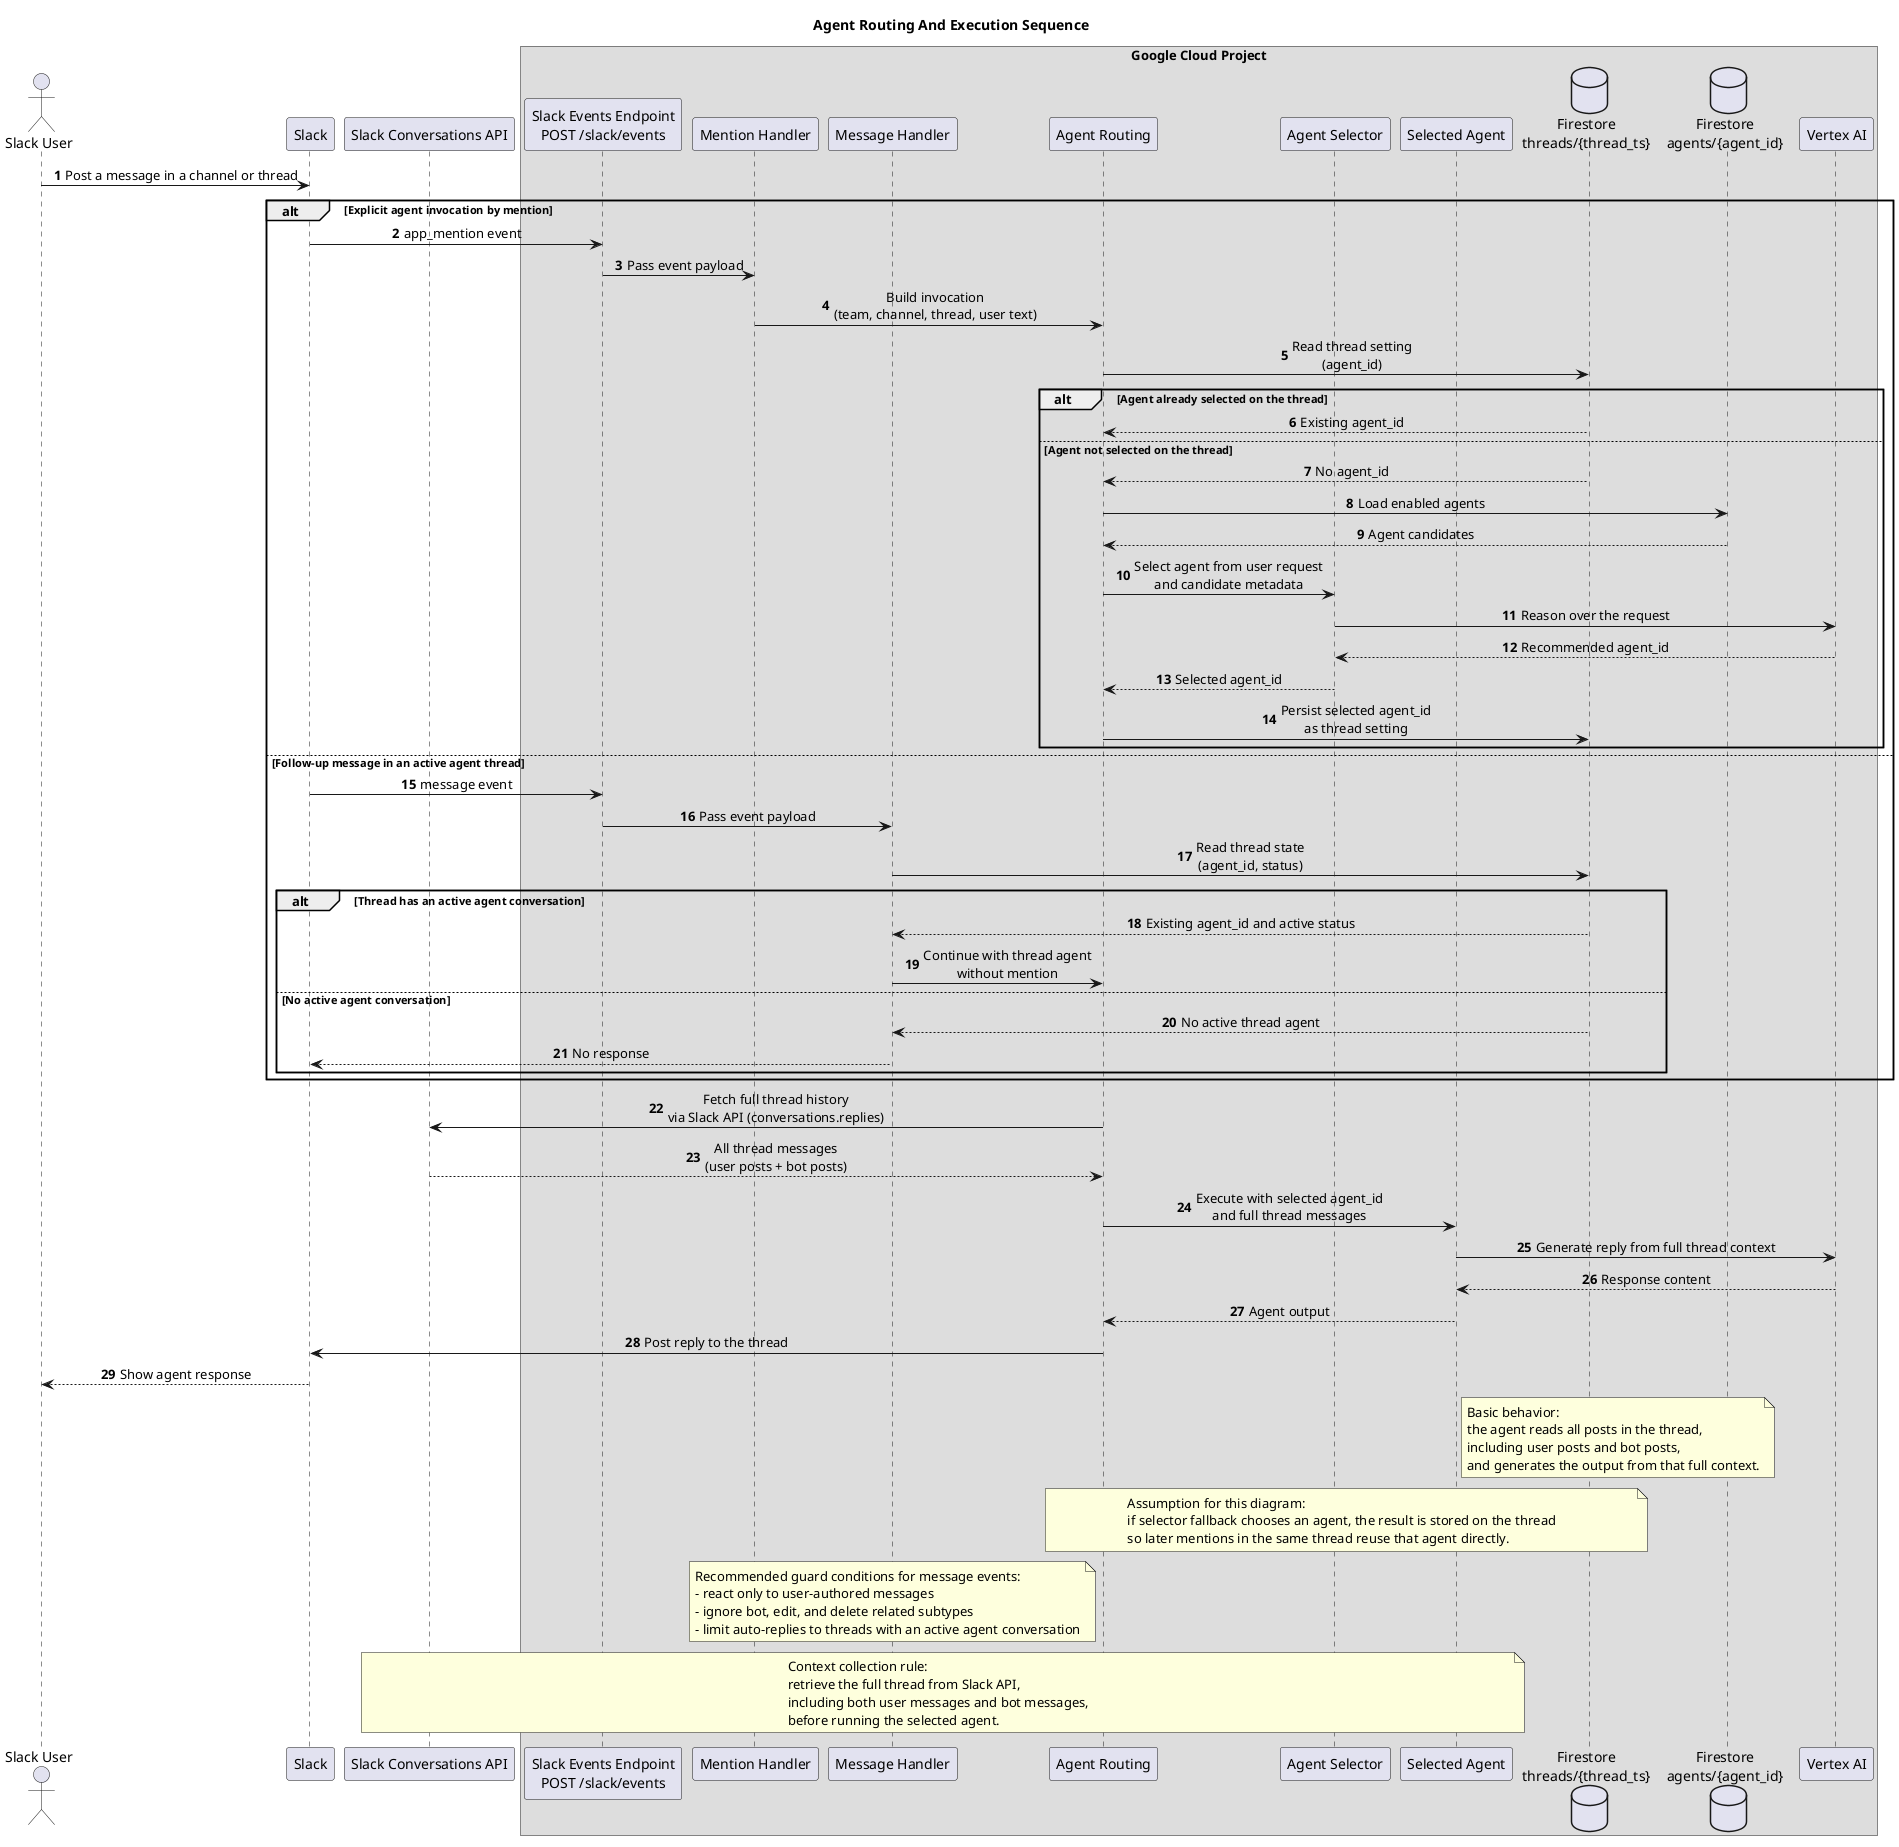
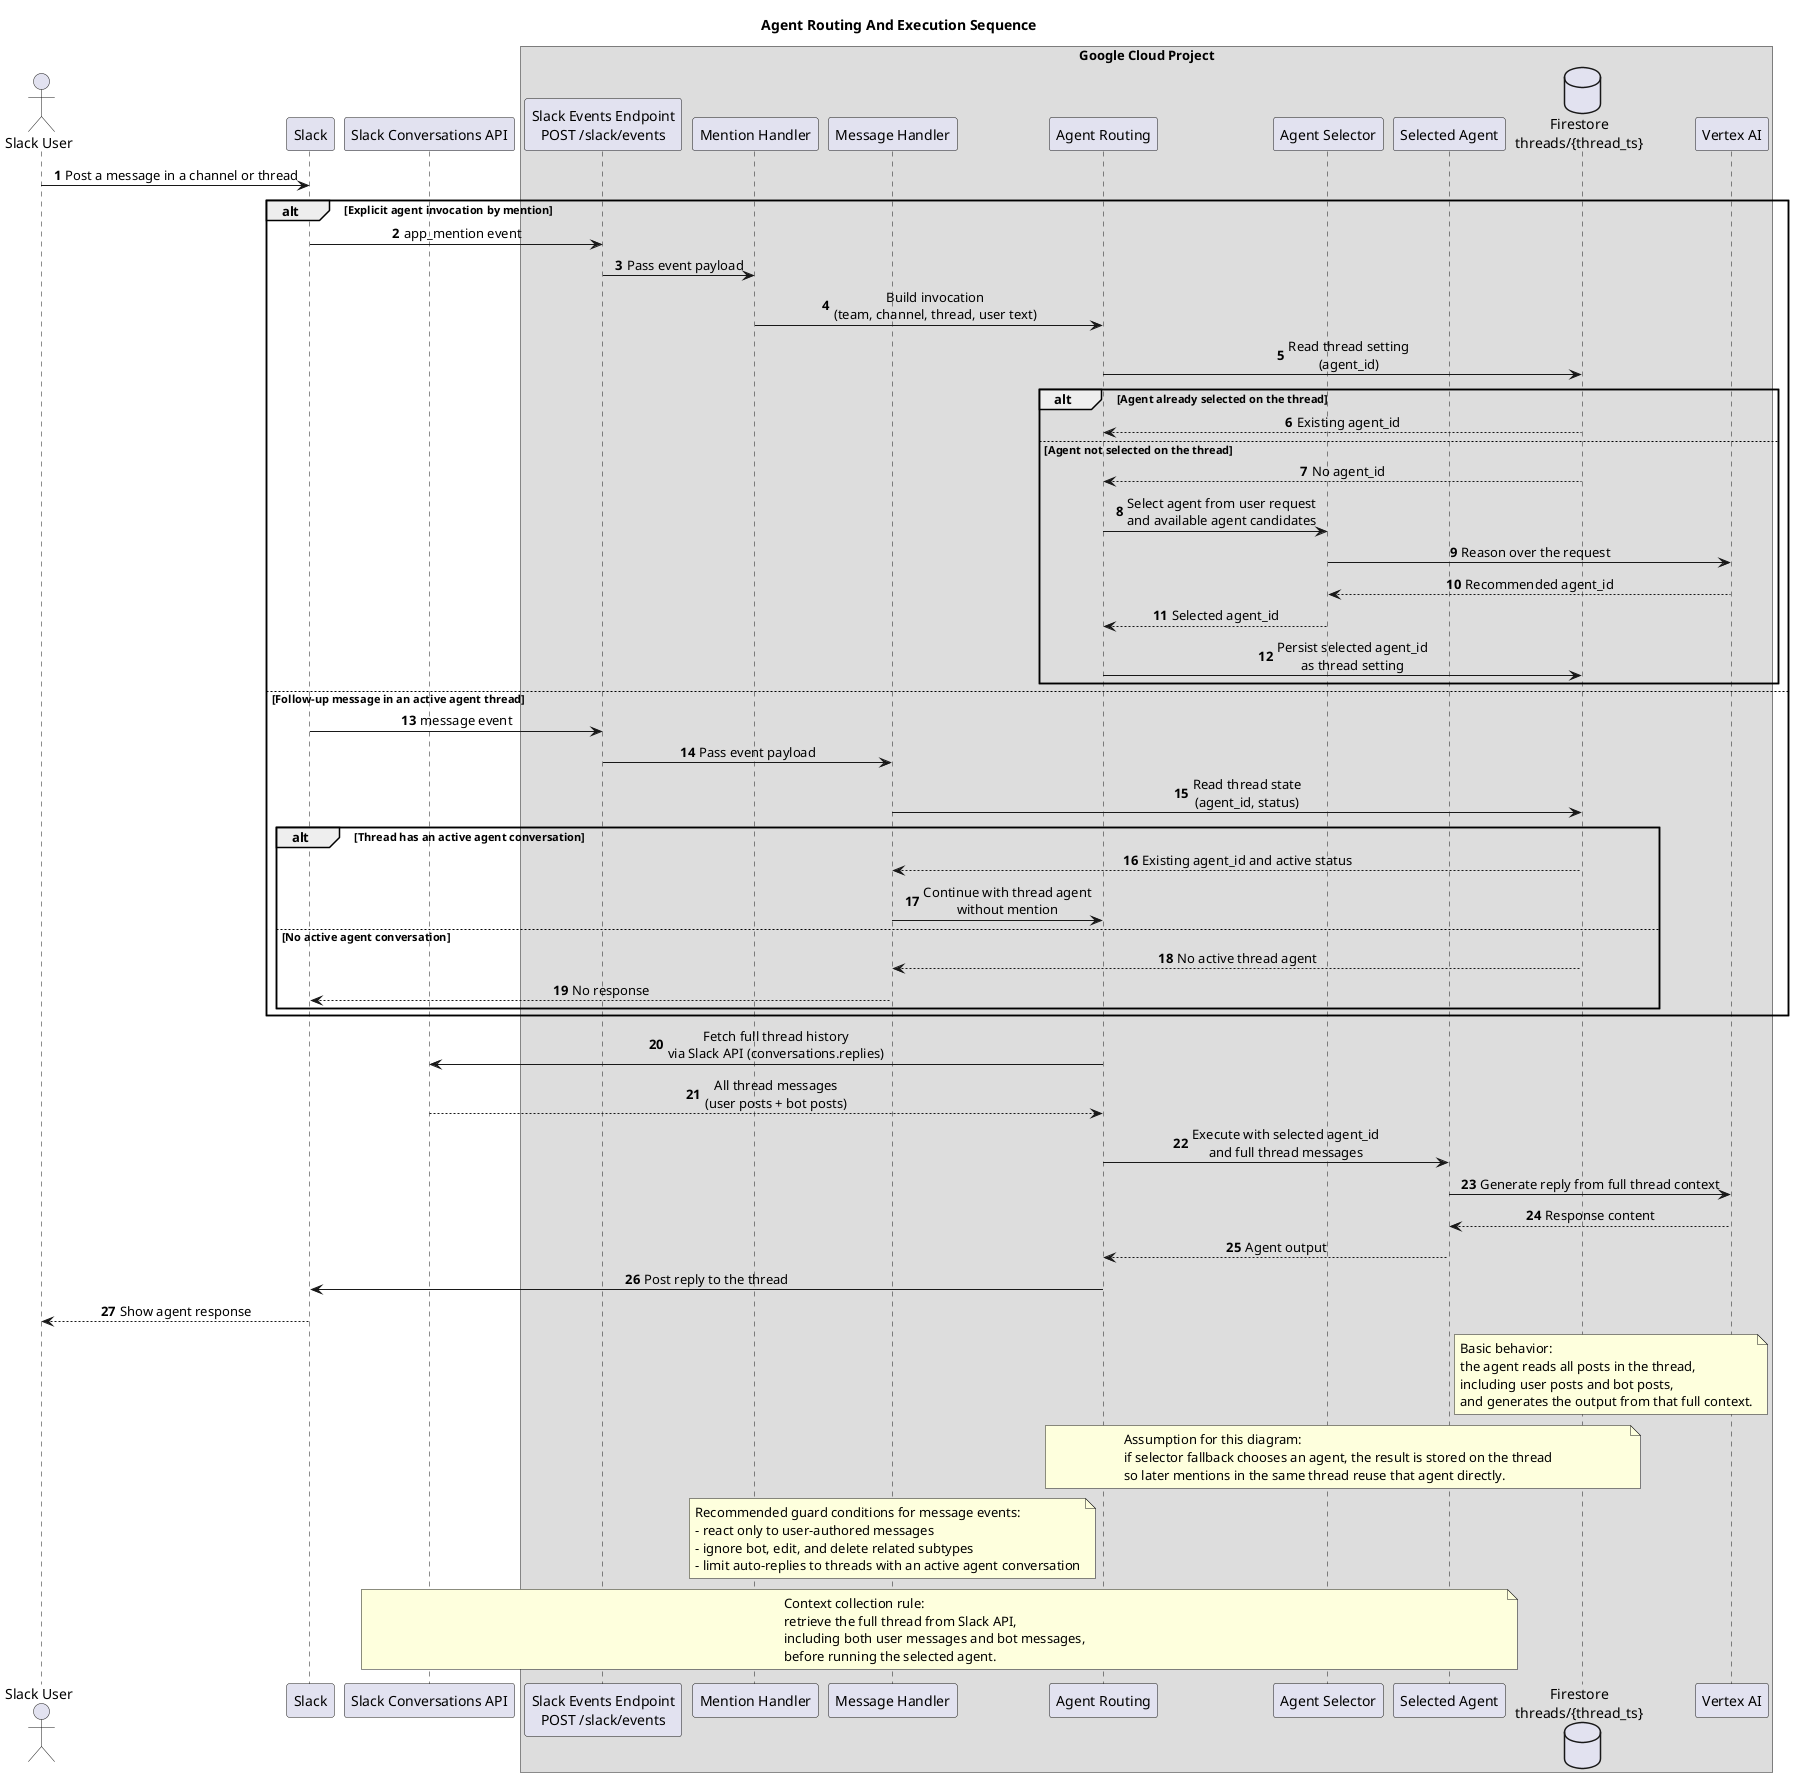
@startuml agent-routing
title Agent Routing And Execution Sequence

autonumber
skinparam shadowing false
skinparam defaultFontName Monospace
skinparam sequenceMessageAlign center
skinparam responseMessageBelowArrow true

actor "Slack User" as slack_user
participant "Slack" as slack
participant "Slack Conversations API" as slack_api

box "Google Cloud Project"
  participant "Slack Events Endpoint\nPOST /slack/events" as slack_events_endpoint
  participant "Mention Handler" as mention_handler
  participant "Message Handler" as message_handler
  participant "Agent Routing" as agent_routing
  participant "Agent Selector" as agent_selector
  participant "Selected Agent" as selected_agent
  database "Firestore\nthreads/{thread_ts}" as fs_threads
-   database "Firestore\nagents/{agent_id}" as fs_agents
  participant "Vertex AI" as vertex_ai
end box

slack_user -> slack : Post a message in a channel or thread
alt Explicit agent invocation by mention
  slack -> slack_events_endpoint : app_mention event
  slack_events_endpoint -> mention_handler : Pass event payload
  mention_handler -> agent_routing : Build invocation\n(team, channel, thread, user text)
  agent_routing -> fs_threads : Read thread setting\n(agent_id)
  alt Agent already selected on the thread
    fs_threads --> agent_routing : Existing agent_id
  else Agent not selected on the thread
    fs_threads --> agent_routing : No agent_id
-     agent_routing -> fs_agents : Load enabled agents
-     fs_agents --> agent_routing : Agent candidates
-     agent_routing -> agent_selector : Select agent from user request\nand candidate metadata
+     agent_routing -> agent_selector : Select agent from user request\nand available agent candidates
    agent_selector -> vertex_ai : Reason over the request
    vertex_ai --> agent_selector : Recommended agent_id
    agent_selector --> agent_routing : Selected agent_id
    agent_routing -> fs_threads : Persist selected agent_id\nas thread setting
  end
else Follow-up message in an active agent thread
  slack -> slack_events_endpoint : message event
  slack_events_endpoint -> message_handler : Pass event payload
  message_handler -> fs_threads : Read thread state\n(agent_id, status)
  alt Thread has an active agent conversation
    fs_threads --> message_handler : Existing agent_id and active status
    message_handler -> agent_routing : Continue with thread agent\nwithout mention
  else No active agent conversation
    fs_threads --> message_handler : No active thread agent
    message_handler --> slack : No response
  end
end

agent_routing -> slack_api : Fetch full thread history\nvia Slack API (conversations.replies)
slack_api --> agent_routing : All thread messages\n(user posts + bot posts)
agent_routing -> selected_agent : Execute with selected agent_id\nand full thread messages
selected_agent -> vertex_ai : Generate reply from full thread context
vertex_ai --> selected_agent : Response content
selected_agent --> agent_routing : Agent output
agent_routing -> slack : Post reply to the thread
slack --> slack_user : Show agent response

note right of selected_agent
Basic behavior:
the agent reads all posts in the thread,
including user posts and bot posts,
and generates the output from that full context.
end note

note over agent_routing, fs_threads
Assumption for this diagram:
if selector fallback chooses an agent, the result is stored on the thread
so later mentions in the same thread reuse that agent directly.
end note

note over message_handler
Recommended guard conditions for message events:
- react only to user-authored messages
- ignore bot, edit, and delete related subtypes
- limit auto-replies to threads with an active agent conversation
end note

note over slack_api, selected_agent
Context collection rule:
retrieve the full thread from Slack API,
including both user messages and bot messages,
before running the selected agent.
end note

@enduml
